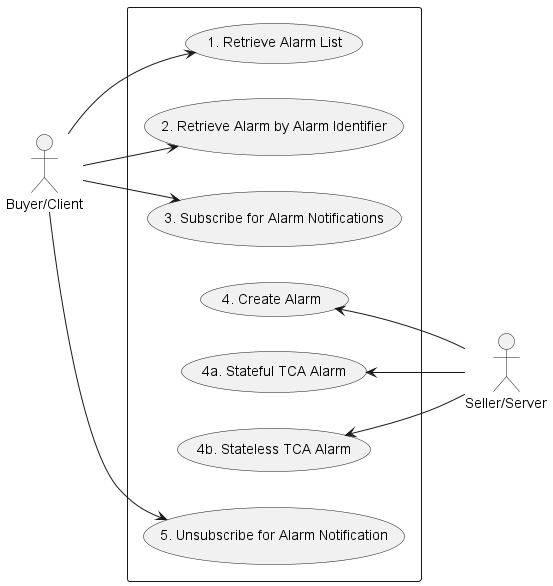
The PlantUML diagram documentation/serviceApi/alarm/media/alarmUsecases.png in MEF-GIT/MEF-LSO-Legato-SDK, before a commit. Its diagram source:
```plantuml
@startuml alarmUsecases

left to right direction

actor "Buyer/Client" as B
actor "Seller/Server" as S

rectangle {
Usecase UC1 as "1. Retrieve Alarm List"
Usecase UC2 as "2. Retrieve Alarm by Alarm Identifier"
Usecase UC3 as "3. Subscribe for Alarm Notifications"
Usecase UC4 as "4. Create Alarm"
Usecase UC5 as "4a. Stateful TCA Alarm"
Usecase UC6 as "4b. Stateless TCA Alarm"
Usecase UC7 as "5. Unsubscribe for Alarm Notification"
}

UC4 <-- S
UC5 <-- S
UC6 <-- S
B --> UC2
B --> UC3
B --> UC1
B --> UC7
@enduml
```
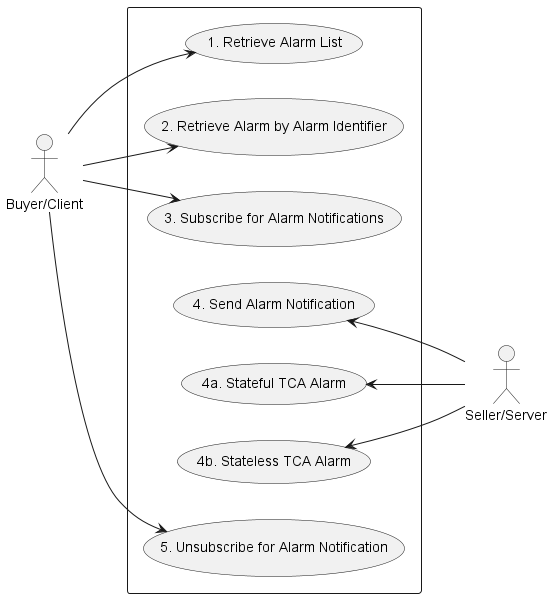
After the commit.

Diff of the diagram source:
```diff
@@ -9,7 +9,7 @@
 Usecase UC1 as "1. Retrieve Alarm List"
 Usecase UC2 as "2. Retrieve Alarm by Alarm Identifier"
 Usecase UC3 as "3. Subscribe for Alarm Notifications"
-Usecase UC4 as "4. Create Alarm"
+Usecase UC4 as "4. Send Alarm Notification"
 Usecase UC5 as "4a. Stateful TCA Alarm"
 Usecase UC6 as "4b. Stateless TCA Alarm"
 Usecase UC7 as "5. Unsubscribe for Alarm Notification"
```
